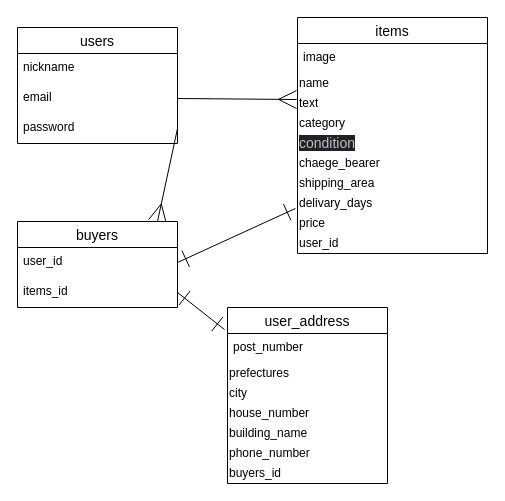
Before: test.dio in koki2014/furima-38222, a draw.io diagram. Source tidied: cells renumbered, new cells numbered last; positions are measured from the earlier drawing's top-left corner, leaving out a move shared by most shapes. Both pictures are drawn from the tidied source at 100%, with x=0, y=0 at pixel (17, 17).
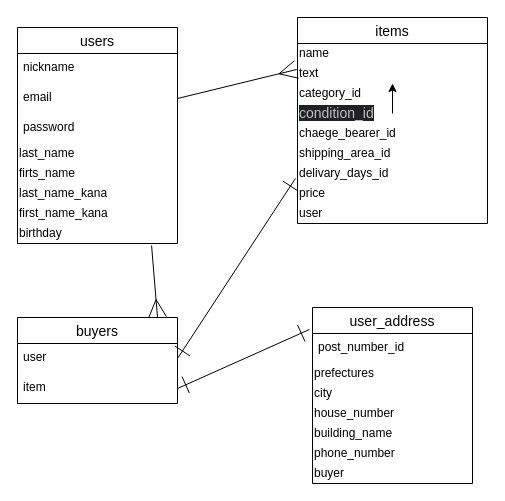
The same page after the edit.

The change refers to these unchanged cells:
```xml
<mxCell id="5" value="password" style="text;strokeColor=none;fillColor=none;spacingLeft=4;spacingRight=4;overflow=hidden;points=[[0,0.5],[1,0.5]];portConstraint=eastwest;fontSize=12;" parent="2" vertex="1">
  <mxGeometry y="86" width="160" height="30" as="geometry" />
</mxCell>
```

What changed in the source:
```diff
@@
     <mxCell id="2" value="users" style="swimlane;fontStyle=0;horizontal=1;startSize=26;align=center;fontSize=14;" parent="1" vertex="1">
-      <mxGeometry y="10" width="160" height="116" as="geometry" />
+      <mxGeometry y="10" width="160" height="216" as="geometry" />
     </mxCell>
@@
+    <mxCell id="34" value="last_name" style="text;html=1;align=left;verticalAlign=middle;fillColor=none;strokeColor=none;rounded=0;" parent="2" vertex="1">
+      <mxGeometry y="116" width="160" height="20" as="geometry" />
+    </mxCell>
+    <mxCell id="35" value="firts_name" style="text;html=1;align=left;verticalAlign=middle;fillColor=none;strokeColor=none;rounded=0;" parent="2" vertex="1">
+      <mxGeometry y="136" width="160" height="20" as="geometry" />
+    </mxCell>
+    <mxCell id="36" value="last_name_kana" style="text;html=1;align=left;verticalAlign=middle;fillColor=none;strokeColor=none;rounded=0;" parent="2" vertex="1">
+      <mxGeometry y="156" width="160" height="20" as="geometry" />
+    </mxCell>
+    <mxCell id="37" value="&lt;span&gt;first_name_kana&lt;/span&gt;" style="text;html=1;align=left;verticalAlign=middle;fillColor=none;strokeColor=none;rounded=0;" parent="2" vertex="1">
+      <mxGeometry y="176" width="160" height="20" as="geometry" />
+    </mxCell>
+    <mxCell id="38" value="birthday" style="text;html=1;align=left;verticalAlign=middle;points=[];fillColor=none;strokeColor=none;rounded=0;" parent="2" vertex="1">
+      <mxGeometry y="196" width="160" height="20" as="geometry" />
+    </mxCell>
     <mxCell id="6" value="items" style="swimlane;fontStyle=0;horizontal=1;startSize=26;align=center;fontSize=14;" parent="1" vertex="1">
-      <mxGeometry x="280" width="190" height="236" as="geometry" />
+      <mxGeometry x="280" width="190" height="206" as="geometry" />
     </mxCell>
-    <mxCell id="7" value="image" style="text;strokeColor=none;fillColor=none;spacingLeft=4;spacingRight=4;overflow=hidden;fontSize=12;" parent="6" vertex="1">
-      <mxGeometry y="26" width="190" height="30" as="geometry" />
-    </mxCell>
     <mxCell id="8" value="name" style="text;html=1;align=left;verticalAlign=middle;fillColor=none;strokeColor=none;rounded=0;" parent="6" vertex="1">
-      <mxGeometry y="56" width="190" height="20" as="geometry" />
+      <mxGeometry y="26" width="190" height="20" as="geometry" />
     </mxCell>
     <mxCell id="9" value="text" style="text;html=1;align=left;verticalAlign=middle;points=[];fillColor=none;strokeColor=none;rounded=0;" parent="6" vertex="1">
-      <mxGeometry y="76" width="190" height="20" as="geometry" />
+      <mxGeometry y="46" width="190" height="20" as="geometry" />
     </mxCell>
-    <mxCell id="10" value="category" style="text;html=1;align=left;verticalAlign=middle;points=[];fillColor=none;strokeColor=none;rounded=0;" parent="6" vertex="1">
-      <mxGeometry y="96" width="190" height="20" as="geometry" />
+    <mxCell id="10" value="category_id" style="text;html=1;align=left;verticalAlign=middle;points=[];fillColor=none;strokeColor=none;rounded=0;" parent="6" vertex="1">
+      <mxGeometry y="66" width="190" height="20" as="geometry" />
     </mxCell>
-    <mxCell id="11" value="&lt;span style=&quot;color: rgb(189 , 193 , 198) ; font-family: &amp;#34;arial&amp;#34; , sans-serif ; font-size: 14px ; background-color: rgb(32 , 33 , 36)&quot;&gt;condition&lt;/span&gt;" style="text;html=1;align=left;verticalAlign=middle;points=[];fillColor=none;strokeColor=none;rounded=0;" parent="6" vertex="1">
-      <mxGeometry y="116" width="190" height="20" as="geometry" />
+    <mxCell id="11" value="&lt;span style=&quot;color: rgb(189 , 193 , 198) ; font-family: &amp;#34;arial&amp;#34; , sans-serif ; font-size: 14px ; background-color: rgb(32 , 33 , 36)&quot;&gt;condition_id&lt;/span&gt;" style="text;html=1;align=left;verticalAlign=middle;points=[];fillColor=none;strokeColor=none;rounded=0;" parent="6" vertex="1">
+      <mxGeometry y="86" width="190" height="20" as="geometry" />
     </mxCell>
@@
-    <mxCell id="14" value="chaege_bearer" style="text;html=1;align=left;verticalAlign=middle;fillColor=none;strokeColor=none;rounded=0;" parent="6" vertex="1">
-      <mxGeometry y="136" width="190" height="20" as="geometry" />
+    <mxCell id="14" value="chaege_bearer_id" style="text;html=1;align=left;verticalAlign=middle;fillColor=none;strokeColor=none;rounded=0;" parent="6" vertex="1">
+      <mxGeometry y="106" width="190" height="20" as="geometry" />
     </mxCell>
-    <mxCell id="15" value="shipping_area" style="text;html=1;align=left;verticalAlign=middle;fillColor=none;strokeColor=none;rounded=0;" parent="6" vertex="1">
-      <mxGeometry y="156" width="190" height="20" as="geometry" />
+    <mxCell id="15" value="shipping_area_id" style="text;html=1;align=left;verticalAlign=middle;fillColor=none;strokeColor=none;rounded=0;" parent="6" vertex="1">
+      <mxGeometry y="126" width="190" height="20" as="geometry" />
     </mxCell>
-    <mxCell id="16" value="delivary_days" style="text;html=1;align=left;verticalAlign=middle;points=[];fillColor=none;strokeColor=none;rounded=0;" parent="6" vertex="1">
-      <mxGeometry y="176" width="190" height="20" as="geometry" />
+    <mxCell id="16" value="delivary_days_id" style="text;html=1;align=left;verticalAlign=middle;points=[];fillColor=none;strokeColor=none;rounded=0;" parent="6" vertex="1">
+      <mxGeometry y="146" width="190" height="20" as="geometry" />
     </mxCell>
     <mxCell id="17" value="price" style="text;html=1;align=left;verticalAlign=middle;fillColor=none;strokeColor=none;rounded=0;" parent="6" vertex="1">
-      <mxGeometry y="196" width="190" height="20" as="geometry" />
+      <mxGeometry y="166" width="190" height="20" as="geometry" />
     </mxCell>
-    <mxCell id="18" value="user_id" style="text;html=1;align=left;verticalAlign=middle;fillColor=none;strokeColor=none;rounded=0;" parent="6" vertex="1">
-      <mxGeometry y="216" width="190" height="20" as="geometry" />
+    <mxCell id="18" value="user" style="text;html=1;align=left;verticalAlign=middle;fillColor=none;strokeColor=none;rounded=0;" parent="6" vertex="1">
+      <mxGeometry y="186" width="190" height="20" as="geometry" />
     </mxCell>
     <mxCell id="19" value="user_address" style="swimlane;fontStyle=0;horizontal=1;startSize=26;align=center;fontSize=14;" parent="1" vertex="1">
-      <mxGeometry x="210" y="290" width="160" height="176" as="geometry" />
+      <mxGeometry x="295" y="290" width="160" height="176" as="geometry" />
     </mxCell>
-    <mxCell id="20" value="post_number" style="text;strokeColor=none;fillColor=none;spacingLeft=4;spacingRight=4;overflow=hidden;points=[[0,0.5],[1,0.5]];portConstraint=eastwest;fontSize=12;" parent="19" vertex="1">
+    <mxCell id="20" value="post_number_id" style="text;strokeColor=none;fillColor=none;spacingLeft=4;spacingRight=4;overflow=hidden;points=[[0,0.5],[1,0.5]];portConstraint=eastwest;fontSize=12;" parent="19" vertex="1">
       <mxGeometry y="26" width="160" height="30" as="geometry" />
     </mxCell>
@@
-    <mxCell id="26" value="buyers_id" style="text;html=1;align=left;verticalAlign=middle;fillColor=none;strokeColor=none;rounded=0;" parent="19" vertex="1">
+    <mxCell id="26" value="buyer" style="text;html=1;align=left;verticalAlign=middle;fillColor=none;strokeColor=none;rounded=0;" parent="19" vertex="1">
       <mxGeometry y="156" width="160" height="20" as="geometry" />
     </mxCell>
@@
-    <mxCell id="28" style="edgeStyle=none;html=1;exitX=1;exitY=0.5;exitDx=0;exitDy=0;entryX=0.875;entryY=0;entryDx=0;entryDy=0;entryPerimeter=0;endArrow=ERmany;endFill=0;endSize=16;" parent="1" edge="1" source="5" target="29">
+    <mxCell id="28" style="edgeStyle=none;html=1;entryX=0.875;entryY=0;entryDx=0;entryDy=0;entryPerimeter=0;endArrow=ERmany;endFill=0;endSize=16;exitX=0.838;exitY=1.1;exitDx=0;exitDy=0;exitPerimeter=0;" parent="1" edge="1" source="38" target="29">
       <mxGeometry relative="1" as="geometry" />
     </mxCell>
     <mxCell id="29" value="buyers" style="swimlane;fontStyle=0;horizontal=1;startSize=26;align=center;fontSize=14;" parent="1" vertex="1">
-      <mxGeometry y="204" width="160" height="86" as="geometry" />
+      <mxGeometry y="300" width="160" height="86" as="geometry" />
     </mxCell>
-    <mxCell id="30" value="user_id" style="text;strokeColor=none;fillColor=none;spacingLeft=4;spacingRight=4;overflow=hidden;points=[[0,0.5],[1,0.5]];portConstraint=eastwest;fontSize=12;" parent="29" vertex="1">
+    <mxCell id="30" value="user" style="text;strokeColor=none;fillColor=none;spacingLeft=4;spacingRight=4;overflow=hidden;points=[[0,0.5],[1,0.5]];portConstraint=eastwest;fontSize=12;" parent="29" vertex="1">
       <mxGeometry y="26" width="160" height="30" as="geometry" />
     </mxCell>
-    <mxCell id="31" value="items_id" style="text;strokeColor=none;fillColor=none;spacingLeft=4;spacingRight=4;overflow=hidden;points=[[0,0.5],[1,0.5]];portConstraint=eastwest;fontSize=12;" parent="29" vertex="1">
+    <mxCell id="31" value="item" style="text;strokeColor=none;fillColor=none;spacingLeft=4;spacingRight=4;overflow=hidden;points=[[0,0.5],[1,0.5]];portConstraint=eastwest;fontSize=12;" parent="29" vertex="1">
       <mxGeometry y="56" width="160" height="30" as="geometry" />
     </mxCell>
```
